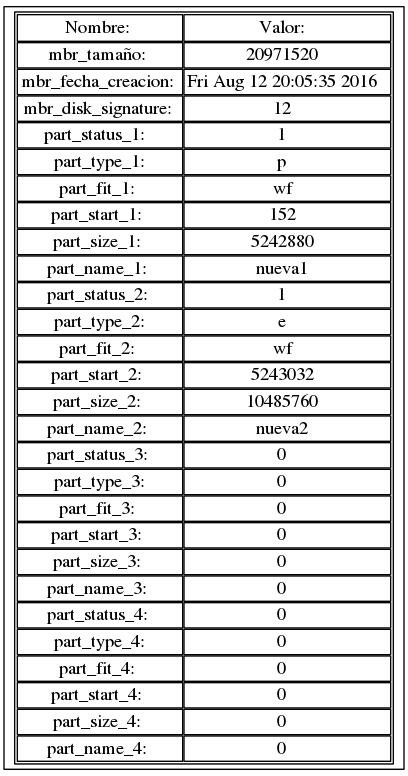
Above: proyecto1/mbr.png in ocopulus/-MIA-201404412 (Graphviz), before the change. Its source is kept beside it as proyecto1/mbr.dot. The source it was exported from:
```dot
digraph MBR{
node[shape=record];
a0 [label=<<TABLE border="1" cellspacing="1" cellpadding="1"  >
<TR>
<TD border="1" >Nombre: </TD>
<TD border="1" >Valor:  </TD>
</TR>
<TR>
<TD border="1" >mbr_tamaño: </TD>
<TD border="1" >20971520  </TD>
</TR>
<TR>
<TD border="1" >mbr_fecha_creacion: </TD>
<TD border="1" >Fri Aug 12 20:05:35 2016
  </TD>
</TR>
<TR>
<TD border="1" >mbr_disk_signature: </TD>
<TD border="1" >12  </TD>
</TR>
<TR>
<TD border="1" >part_status_1:  </TD>
<TD border="1" >1  </TD>
</TR>
<TR>
<TD border="1" >part_type_1:</TD>
<TD border="1" >p  </TD>
</TR>
<TR>
<TD border="1" >part_fit_1: </TD>
<TD border="1" >wf  </TD>
</TR>
<TR>
<TD border="1" >part_start_1: </TD>
<TD border="1" >152  </TD>
</TR>
<TR>
<TD border="1" >part_size_1: </TD>
<TD border="1" >5242880  </TD>
</TR>
<TR>
<TD border="1" >part_name_1: </TD>
<TD border="1" >nueva1  </TD>
</TR>
<TR>
<TD border="1" >part_status_2: </TD>
<TD border="1" >1  </TD>
</TR>
<TR>
<TD border="1" >part_type_2:</TD>
<TD border="1" >e  </TD>
</TR>
<TR>
<TD border="1" >part_fit_2: </TD>
<TD border="1" >wf  </TD>
</TR>
<TR>
<TD border="1" >part_start_2: </TD>
<TD border="1" >5243032  </TD>
</TR>
<TR>
<TD border="1" >part_size_2: </TD>
<TD border="1" >10485760  </TD>
</TR>
<TR>
<TD border="1" >part_name_2: </TD>
<TD border="1" >nueva2  </TD>
</TR>
<TR>
<TD border="1" >part_status_3: </TD>
<TD border="1" >0  </TD>
</TR>
<TR>
<TD border="1" >part_type_3:</TD>
<TD border="1" >0  </TD>
</TR>
<TR>
<TD border="1" >part_fit_3: </TD>
<TD border="1" >0  </TD>
</TR>
<TR>
<TD border="1" >part_start_3: </TD>
<TD border="1" >0  </TD>
</TR>
<TR>
<TD border="1" >part_size_3: </TD>
<TD border="1" >0  </TD>
</TR>
<TR>
<TD border="1" >part_name_3: </TD>
<TD border="1" >0  </TD>
</TR>
<TR>
<TD border="1" >part_status_4: </TD>
<TD border="1" >0  </TD>
</TR>
<TR>
<TD border="1" >part_type_4:</TD>
<TD border="1" >0  </TD>
</TR>
<TR>
<TD border="1" >part_fit_4: </TD>
<TD border="1" >0  </TD>
</TR>
<TR>
<TD border="1" >part_start_4: </TD>
<TD border="1" >0  </TD>
</TR>
<TR>
<TD border="1" >part_size_4: </TD>
<TD border="1" >0  </TD>
</TR>
<TR>
<TD border="1" >part_name_4: </TD>
<TD border="1" >0  </TD>
</TR>
</TABLE>>];
}
```
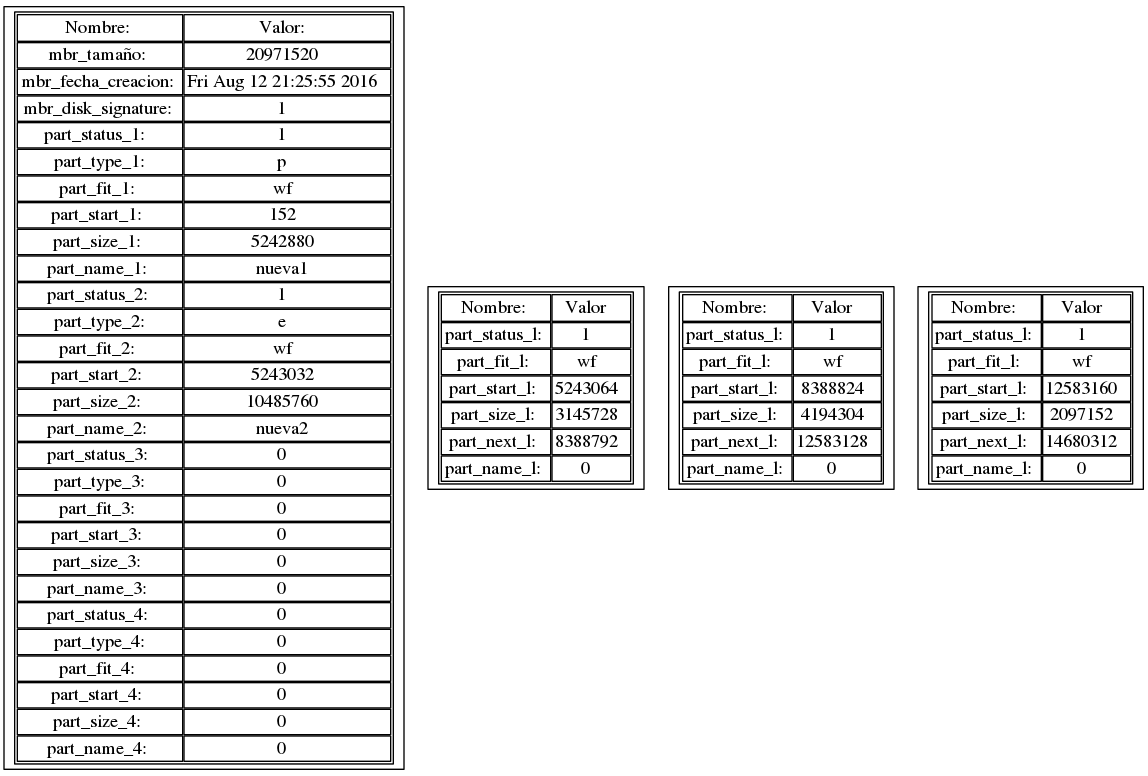
The same diagram one commit later.

Change to the diagram source:
```diff
@@ -11,12 +11,12 @@
 </TR>
 <TR>
 <TD border="1" >mbr_fecha_creacion: </TD>
-<TD border="1" >Fri Aug 12 20:05:35 2016
+<TD border="1" >Fri Aug 12 21:25:55 2016
   </TD>
 </TR>
 <TR>
 <TD border="1" >mbr_disk_signature: </TD>
-<TD border="1" >12  </TD>
+<TD border="1" >1  </TD>
 </TR>
 <TR>
 <TD border="1" >part_status_1:  </TD>
@@ -115,4 +115,94 @@
 <TD border="1" >0  </TD>
 </TR>
 </TABLE>>];
+a5243064 [label=<<TABLE border="1" cellspacing="1" cellpadding="1"  >
+<TR>
+<TD border="1" >Nombre: </TD>
+<TD border="1" >Valor  </TD>
+</TR>
+<TR>
+<TD border="1" >part_status_l: </TD>
+<TD border="1" >1  </TD>
+</TR>
+<TR>
+<TD border="1" >part_fit_l: </TD>
+<TD border="1" >wf  </TD>
+</TR>
+<TR>
+<TD border="1" >part_start_l: </TD>
+<TD border="1" >5243064  </TD>
+</TR>
+<TR>
+<TD border="1" >part_size_l: </TD>
+<TD border="1" >3145728  </TD>
+</TR>
+<TR>
+<TD border="1" >part_next_l: </TD>
+<TD border="1" >8388792  </TD>
+</TR>
+<TR>
+<TD border="1" >part_name_l: </TD>
+<TD border="1" >0  </TD>
+</TR>
+</TABLE>>];
+a8388824 [label=<<TABLE border="1" cellspacing="1" cellpadding="1"  >
+<TR>
+<TD border="1" >Nombre: </TD>
+<TD border="1" >Valor  </TD>
+</TR>
+<TR>
+<TD border="1" >part_status_l: </TD>
+<TD border="1" >1  </TD>
+</TR>
+<TR>
+<TD border="1" >part_fit_l: </TD>
+<TD border="1" >wf  </TD>
+</TR>
+<TR>
+<TD border="1" >part_start_l: </TD>
+<TD border="1" >8388824  </TD>
+</TR>
+<TR>
+<TD border="1" >part_size_l: </TD>
+<TD border="1" >4194304  </TD>
+</TR>
+<TR>
+<TD border="1" >part_next_l: </TD>
+<TD border="1" >12583128  </TD>
+</TR>
+<TR>
+<TD border="1" >part_name_l: </TD>
+<TD border="1" >0  </TD>
+</TR>
+</TABLE>>];
+a12583160 [label=<<TABLE border="1" cellspacing="1" cellpadding="1"  >
+<TR>
+<TD border="1" >Nombre: </TD>
+<TD border="1" >Valor  </TD>
+</TR>
+<TR>
+<TD border="1" >part_status_l: </TD>
+<TD border="1" >1  </TD>
+</TR>
+<TR>
+<TD border="1" >part_fit_l: </TD>
+<TD border="1" >wf  </TD>
+</TR>
+<TR>
+<TD border="1" >part_start_l: </TD>
+<TD border="1" >12583160  </TD>
+</TR>
+<TR>
+<TD border="1" >part_size_l: </TD>
+<TD border="1" >2097152  </TD>
+</TR>
+<TR>
+<TD border="1" >part_next_l: </TD>
+<TD border="1" >14680312  </TD>
+</TR>
+<TR>
+<TD border="1" >part_name_l: </TD>
+<TD border="1" >0  </TD>
+</TR>
+</TABLE>>];
 }
```
